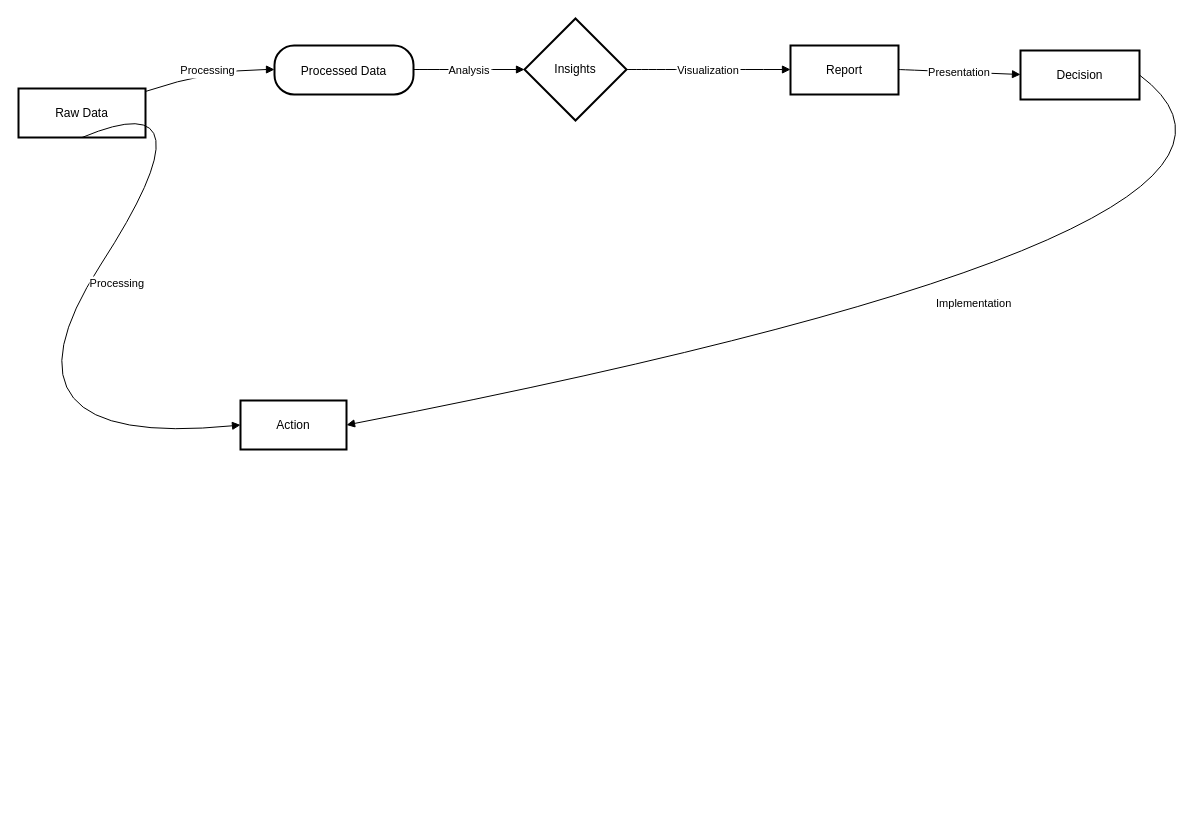
Earlier version of the draw.io diagram Untitled Diagram.drawio (Arzhura/DaLi). Source tidied: cells renumbered, new cells numbered last; positions are measured from the earlier drawing's top-left corner, leaving out a move shared by most shapes. Both pictures are drawn from the tidied source at 100%, with x=0, y=0 at pixel (-20, 18).
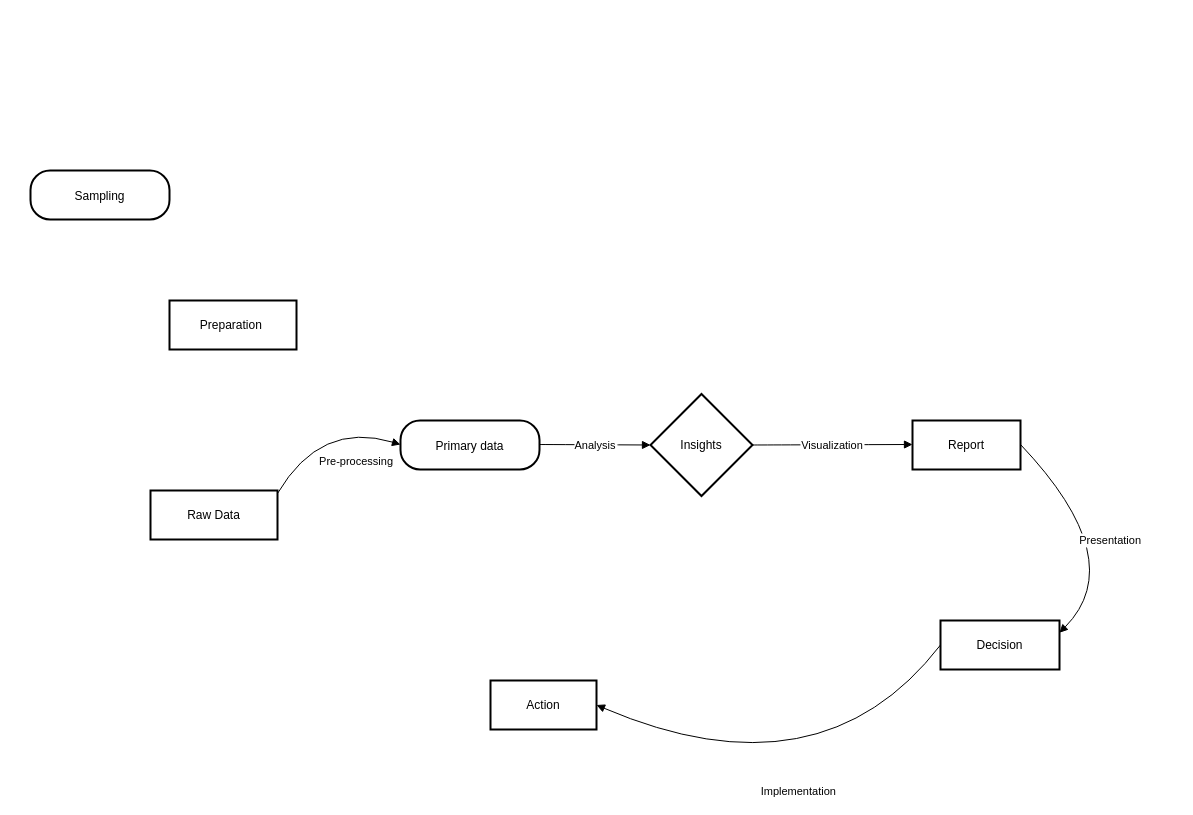
Above is the later version.

Commit message:
Update reorganising begin

What changed in the source:
```diff
@@
 <mxGraphModel>
   <root>
     <mxCell id="0" />
     <mxCell id="1" parent="0" />
     <mxCell id="2" value="Raw Data" style="whiteSpace=wrap;strokeWidth=2;" parent="1" vertex="1">
-      <mxGeometry x="38" y="70" width="127" height="49" as="geometry" />
+      <mxGeometry x="170" y="472" width="127" height="49" as="geometry" />
     </mxCell>
-    <mxCell id="3" value="Processed Data" style="rounded=1;arcSize=40;strokeWidth=2;" parent="1" vertex="1">
-      <mxGeometry x="294" y="27" width="139" height="49" as="geometry" />
+    <mxCell id="3" value="Primary data" style="rounded=1;arcSize=40;strokeWidth=2;" parent="1" vertex="1">
+      <mxGeometry x="420" y="402" width="139" height="49" as="geometry" />
     </mxCell>
     <mxCell id="4" value="Insights" style="rhombus;strokeWidth=2;whiteSpace=wrap;" parent="1" vertex="1">
-      <mxGeometry x="544" width="102" height="102" as="geometry" />
+      <mxGeometry x="670" y="375.5" width="102" height="102" as="geometry" />
     </mxCell>
     <mxCell id="5" value="Report" style="whiteSpace=wrap;strokeWidth=2;" parent="1" vertex="1">
-      <mxGeometry x="810" y="27" width="108" height="49" as="geometry" />
+      <mxGeometry x="932" y="402" width="108" height="49" as="geometry" />
     </mxCell>
     <mxCell id="6" value="Decision" style="whiteSpace=wrap;strokeWidth=2;" parent="1" vertex="1">
-      <mxGeometry x="1040" y="32" width="119" height="49" as="geometry" />
+      <mxGeometry x="960" y="602" width="119" height="49" as="geometry" />
     </mxCell>
     <mxCell id="7" value="Action" style="whiteSpace=wrap;strokeWidth=2;" parent="1" vertex="1">
-      <mxGeometry x="260" y="382" width="106" height="49" as="geometry" />
+      <mxGeometry x="510" y="662" width="106" height="49" as="geometry" />
     </mxCell>
-    <mxCell id="8" value="Processing" style="curved=1;startArrow=none;endArrow=block;exitX=1;exitY=0.06;entryX=0;entryY=0.49;" parent="1" edge="1" source="2" target="3">
-      <mxGeometry relative="1" as="geometry">
+    <mxCell id="8" value="Pre-processing" style="curved=1;startArrow=none;endArrow=block;exitX=1;exitY=0.06;entryX=0;entryY=0.49;" parent="1" edge="1" source="2" target="3">
+      <mxGeometry x="0.56" y="-29" relative="1" as="geometry">
         <Array as="points">
-          <mxPoint x="230" y="51" />
+          <mxPoint x="340" y="402" />
         </Array>
+        <mxPoint y="-1" as="offset" />
       </mxGeometry>
     </mxCell>
     <mxCell id="9" value="Analysis" style="curved=1;startArrow=none;endArrow=block;exitX=1;exitY=0.49;entryX=0;entryY=0.5;" parent="1" edge="1" source="3" target="4">
       <mxGeometry relative="1" as="geometry" />
     </mxCell>
     <mxCell id="10" value="Visualization" style="curved=1;startArrow=none;endArrow=block;exitX=1;exitY=0.5;entryX=0;entryY=0.49;" parent="1" edge="1" source="4" target="5">
       <mxGeometry relative="1" as="geometry" />
     </mxCell>
-    <mxCell id="11" value="Presentation" style="curved=1;startArrow=none;endArrow=block;exitX=1;exitY=0.49;entryX=0;entryY=0.49;" parent="1" edge="1" source="5" target="6">
-      <mxGeometry relative="1" as="geometry" />
+    <mxCell id="11" value="Presentation" style="curved=1;startArrow=none;endArrow=block;exitX=1;exitY=0.49;entryX=1;entryY=0.25;entryDx=0;entryDy=0;" parent="1" edge="1" source="5" target="6">
+      <mxGeometry relative="1" as="geometry">
+        <Array as="points">
+          <mxPoint x="1150" y="542" />
+        </Array>
+      </mxGeometry>
     </mxCell>
-    <mxCell id="12" value="Implementation" style="curved=1;startArrow=none;endArrow=block;exitX=1;exitY=0.5;entryX=1;entryY=0.5;exitDx=0;exitDy=0;entryDx=0;entryDy=0;" parent="1" edge="1" source="6" target="7">
+    <mxCell id="12" value="Implementation" style="curved=1;startArrow=none;endArrow=block;exitX=0;exitY=0.5;entryX=1;entryY=0.5;exitDx=0;exitDy=0;entryDx=0;entryDy=0;" parent="1" edge="1" source="6" target="7">
       <mxGeometry relative="1" as="geometry">
         <Array as="points">
-          <mxPoint x="1367" y="212" />
+          <mxPoint x="840" y="782" />
         </Array>
       </mxGeometry>
     </mxCell>
-    <mxCell id="13" value="Processing" style="curved=1;startArrow=none;endArrow=block;exitX=0.5;exitY=1;entryX=0;entryY=0.5;entryDx=0;entryDy=0;exitDx=0;exitDy=0;" parent="1" edge="1" source="2" target="7">
-      <mxGeometry x="-1" y="-151" relative="1" as="geometry">
-        <Array as="points">
-          <mxPoint x="240" y="61" />
-          <mxPoint y="432" />
-        </Array>
-        <mxPoint x="-23" y="6" as="offset" />
-      </mxGeometry>
-    </mxCell>
+    <mxCell id="14" value="Sampling" style="rounded=1;arcSize=40;strokeWidth=2;" parent="1" vertex="1">
+      <mxGeometry x="50" y="152" width="139" height="49" as="geometry" />
+    </mxCell>
+    <mxCell id="15" value="Preparation " style="whiteSpace=wrap;strokeWidth=2;" parent="1" vertex="1">
+      <mxGeometry x="189" y="282" width="127" height="49" as="geometry" />
+    </mxCell>
   </root>
 </mxGraphModel>
```
